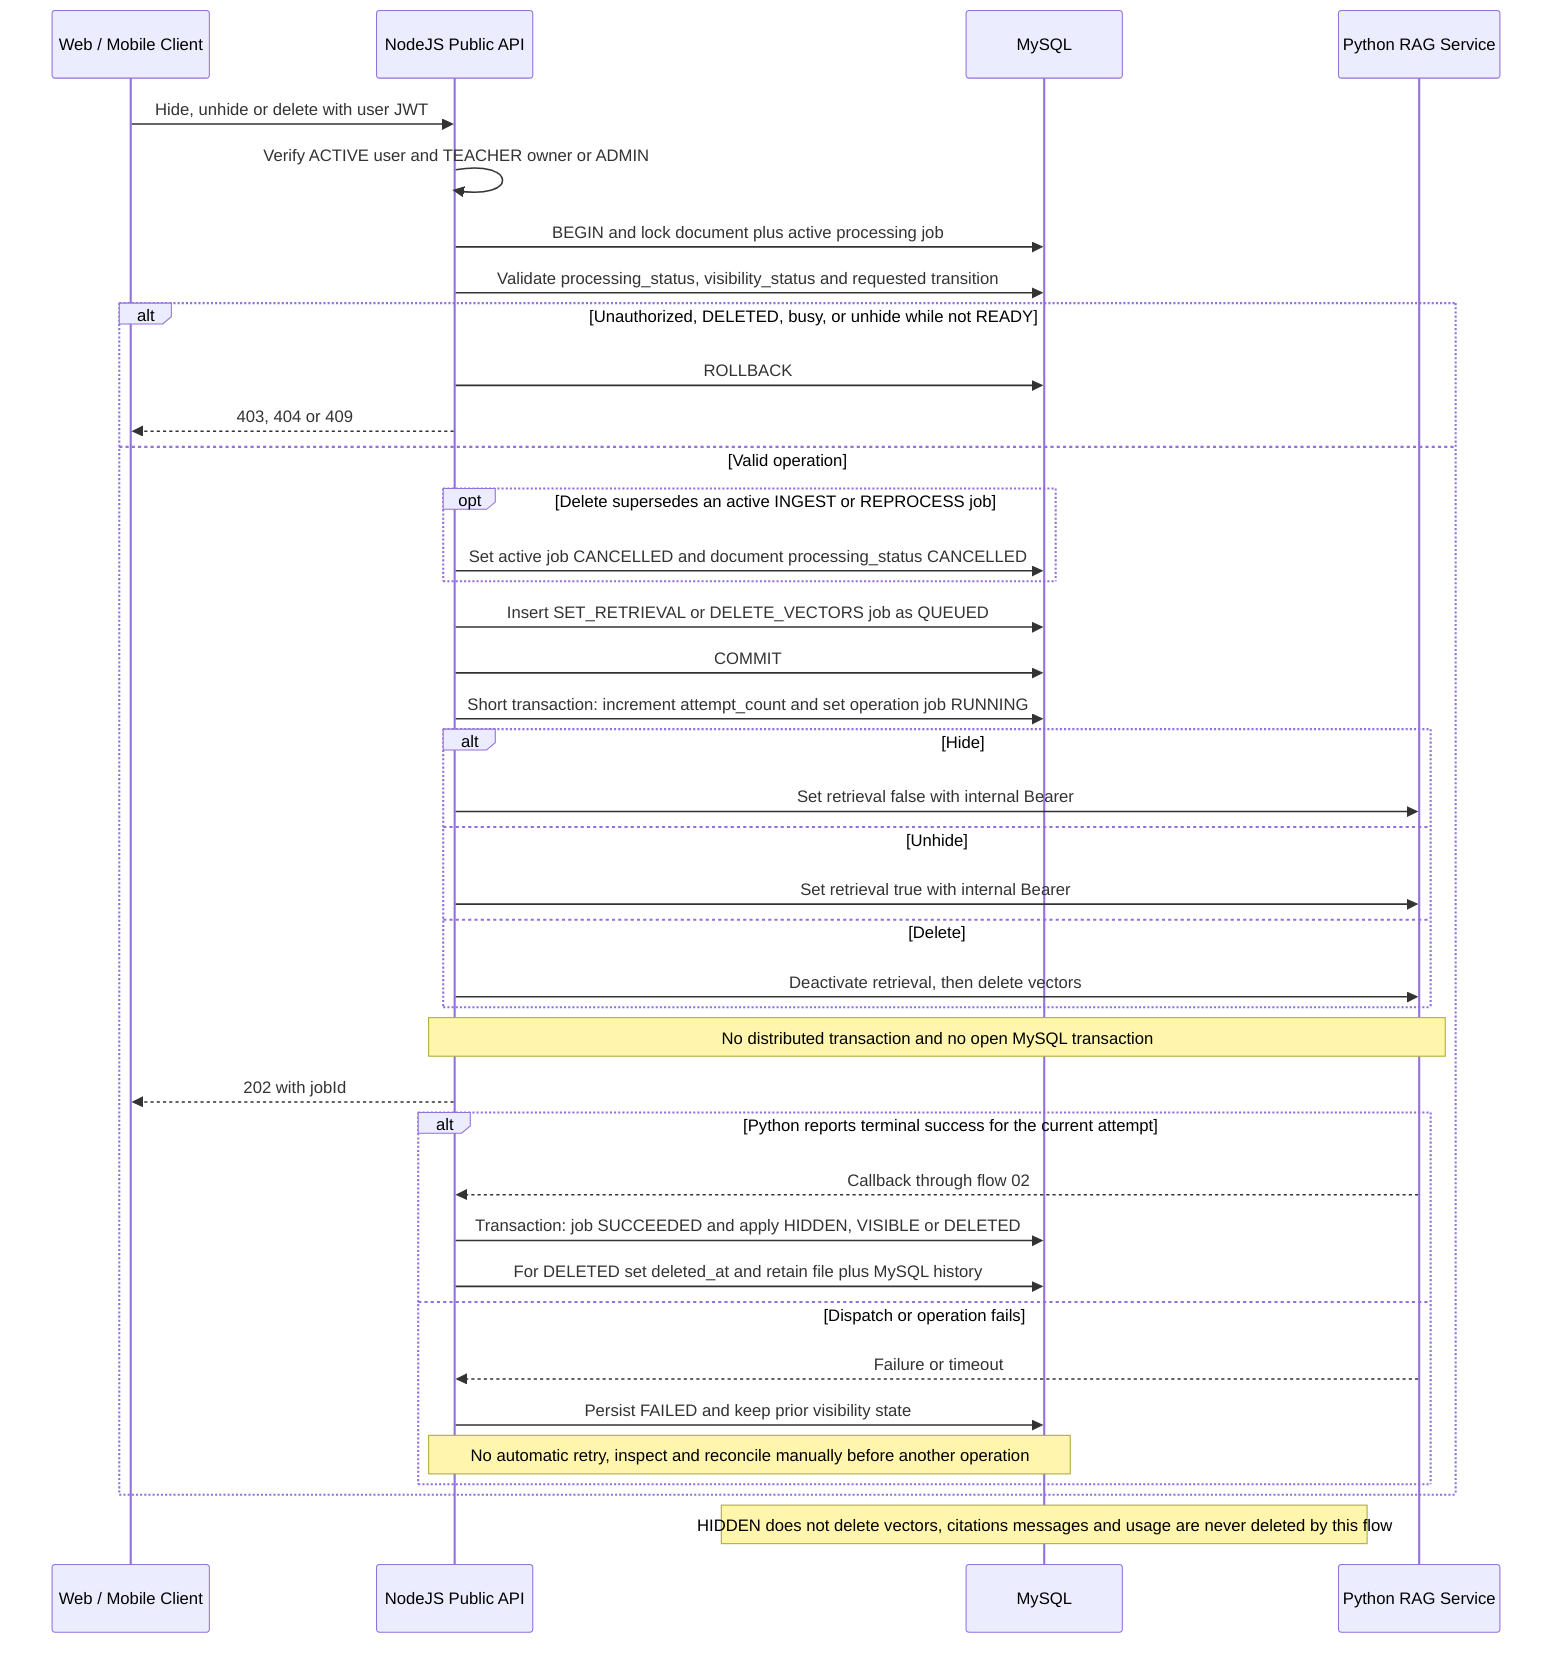
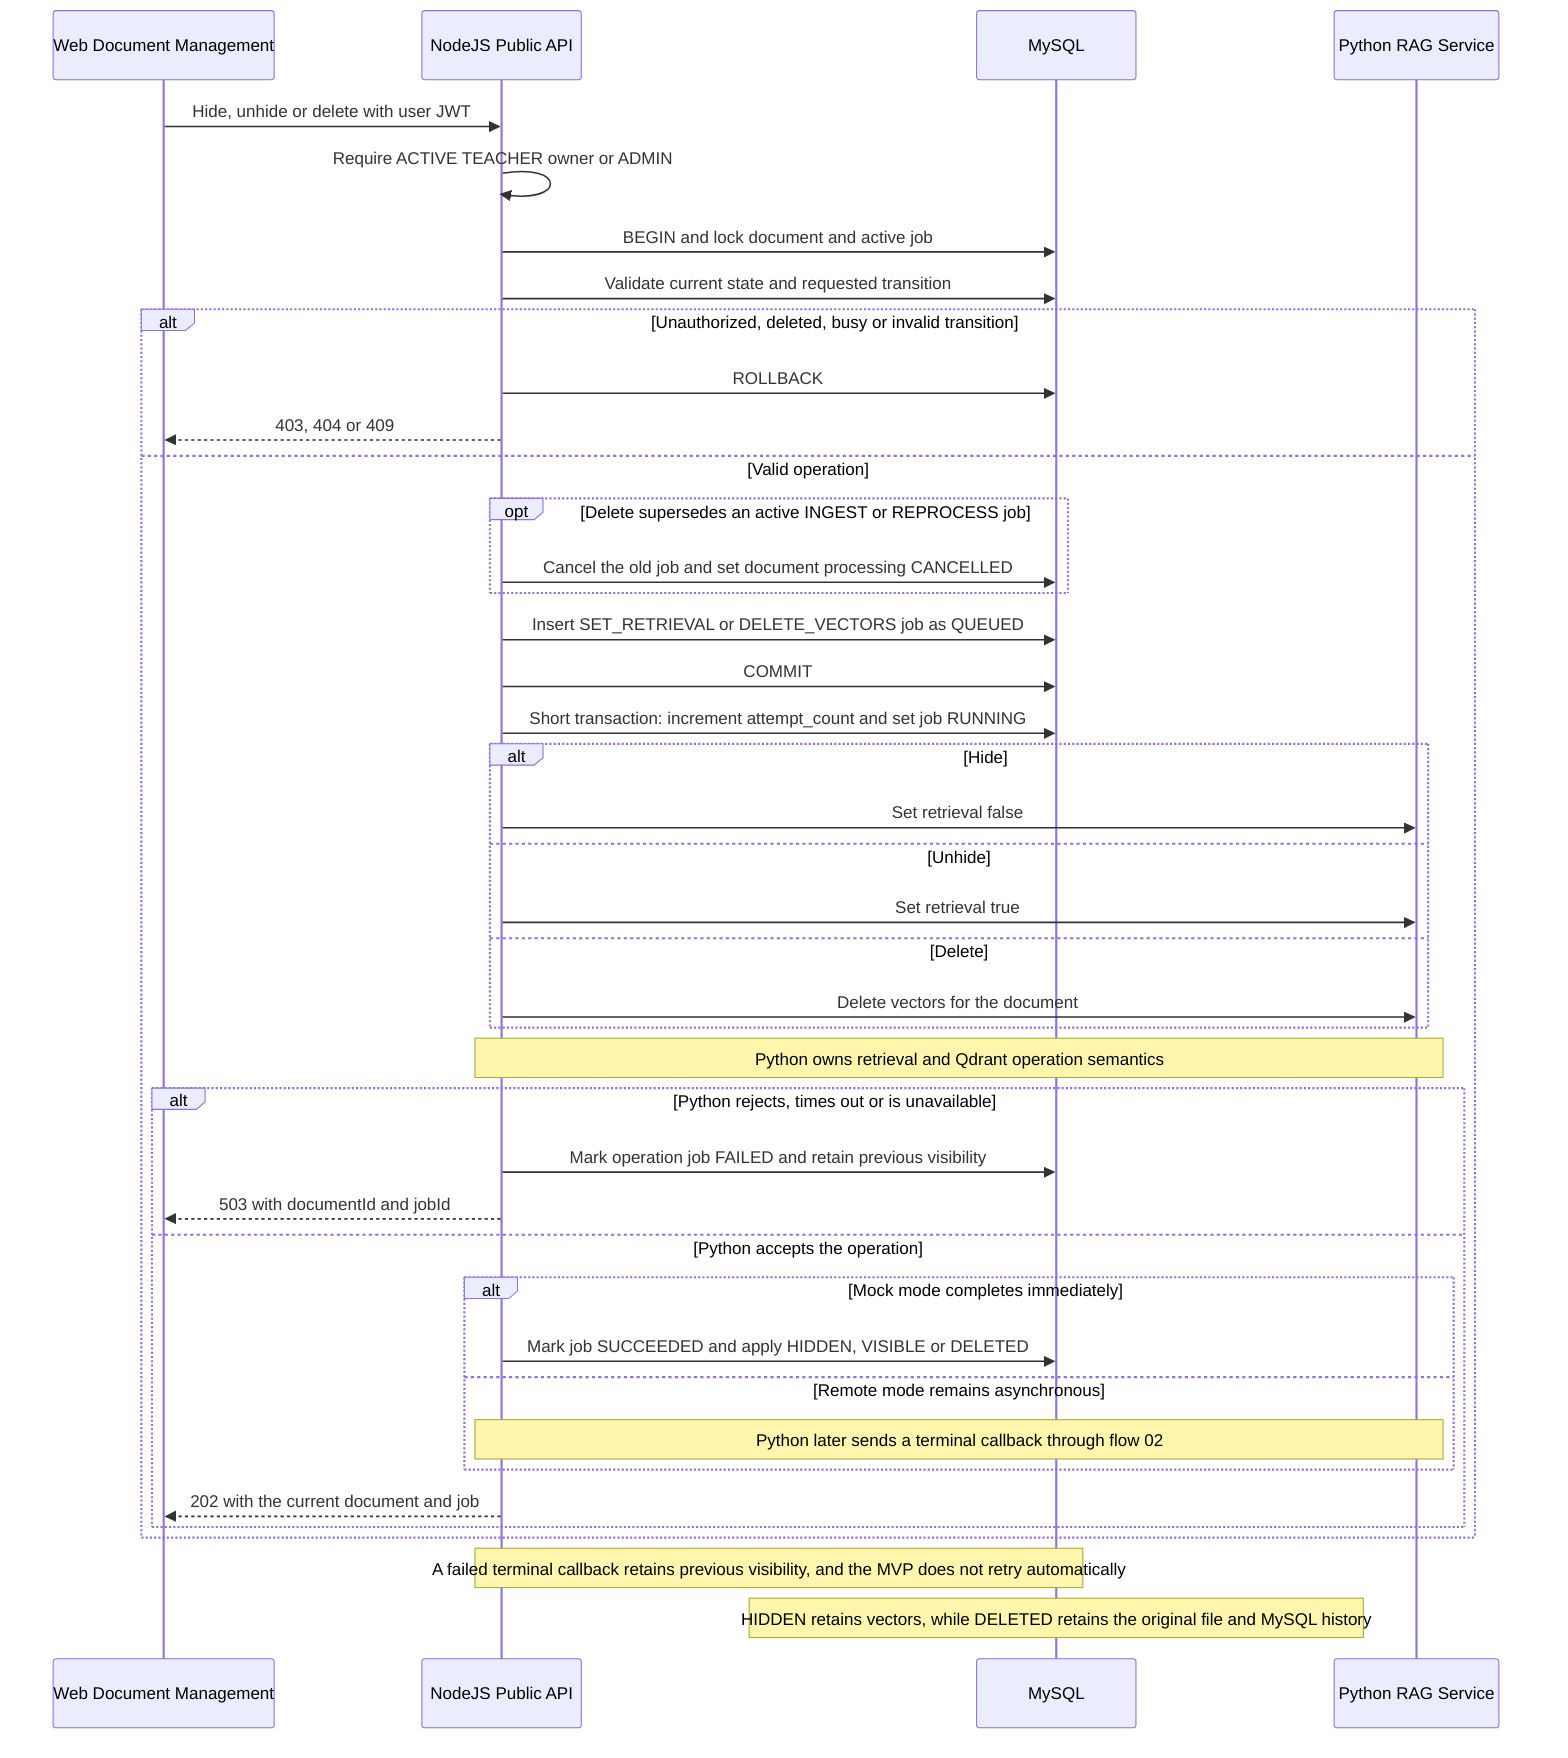
- %% 05 Hide, unhide and delete | Status: MVP IMPLEMENTED
+ %% 05 Hide, unhide and delete | Detailed NodeJS/Core flow
sequenceDiagram
-   participant Client as Web / Mobile Client
+   participant Web as Web Document Management
  participant Node as NodeJS Public API
  participant DB as MySQL
  participant RAG as Python RAG Service

-   Client->>Node: Hide, unhide or delete with user JWT
-   Node->>Node: Verify ACTIVE user and TEACHER owner or ADMIN
-   Node->>DB: BEGIN and lock document plus active processing job
-   Node->>DB: Validate processing_status, visibility_status and requested transition
-   alt Unauthorized, DELETED, busy, or unhide while not READY
+   Web->>Node: Hide, unhide or delete with user JWT
+   Node->>Node: Require ACTIVE TEACHER owner or ADMIN
+   Node->>DB: BEGIN and lock document and active job
+   Node->>DB: Validate current state and requested transition
+   alt Unauthorized, deleted, busy or invalid transition
    Node->>DB: ROLLBACK
-     Node-->>Client: 403, 404 or 409
+     Node-->>Web: 403, 404 or 409
  else Valid operation
    opt Delete supersedes an active INGEST or REPROCESS job
-       Node->>DB: Set active job CANCELLED and document processing_status CANCELLED
+       Node->>DB: Cancel the old job and set document processing CANCELLED
    end
    Node->>DB: Insert SET_RETRIEVAL or DELETE_VECTORS job as QUEUED
    Node->>DB: COMMIT
-     Node->>DB: Short transaction: increment attempt_count and set operation job RUNNING
+     Node->>DB: Short transaction: increment attempt_count and set job RUNNING
    alt Hide
-       Node->>RAG: Set retrieval false with internal Bearer
+       Node->>RAG: Set retrieval false
    else Unhide
-       Node->>RAG: Set retrieval true with internal Bearer
+       Node->>RAG: Set retrieval true
    else Delete
-       Node->>RAG: Deactivate retrieval, then delete vectors
+       Node->>RAG: Delete vectors for the document
    end
-     Note over Node,RAG: No distributed transaction and no open MySQL transaction
-     Node-->>Client: 202 with jobId
+     Note over Node,RAG: Python owns retrieval and Qdrant operation semantics

-     alt Python reports terminal success for the current attempt
-       RAG-->>Node: Callback through flow 02
-       Node->>DB: Transaction: job SUCCEEDED and apply HIDDEN, VISIBLE or DELETED
-       Node->>DB: For DELETED set deleted_at and retain file plus MySQL history
-     else Dispatch or operation fails
-       RAG-->>Node: Failure or timeout
-       Node->>DB: Persist FAILED and keep prior visibility state
-       Note over Node,DB: No automatic retry, inspect and reconcile manually before another operation
+     alt Python rejects, times out or is unavailable
+       Node->>DB: Mark operation job FAILED and retain previous visibility
+       Node-->>Web: 503 with documentId and jobId
+     else Python accepts the operation
+       alt Mock mode completes immediately
+         Node->>DB: Mark job SUCCEEDED and apply HIDDEN, VISIBLE or DELETED
+       else Remote mode remains asynchronous
+         Note over Node,RAG: Python later sends a terminal callback through flow 02
+       end
+       Node-->>Web: 202 with the current document and job
    end
  end

-   Note over DB: HIDDEN does not delete vectors, citations messages and usage are never deleted by this flow
+   Note over Node,DB: A failed terminal callback retains previous visibility, and the MVP does not retry automatically
+   Note over DB: HIDDEN retains vectors, while DELETED retains the original file and MySQL history
